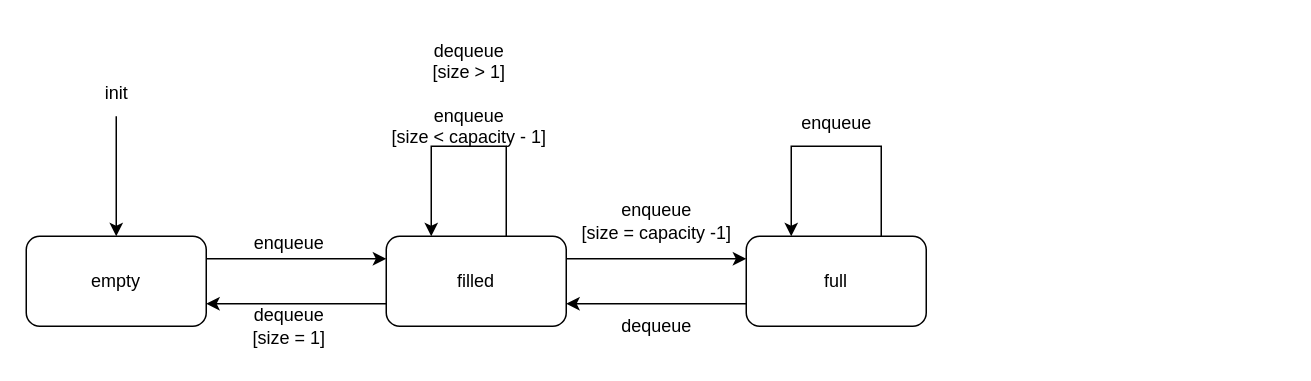
wilhetuwien/Software-Testing-188.280- keeps this draw.io diagram as Exercise01/03-StateTransitionTesting/doc/StateDiagramRingBuffer.drawio. Above is the earlier version. Source tidied: cells renumbered, new cells numbered last; positions are measured from the earlier drawing's top-left corner, leaving out a move shared by most shapes. Both pictures are drawn from the tidied source at 150%, with x=0, y=0 at pixel (26, 26).
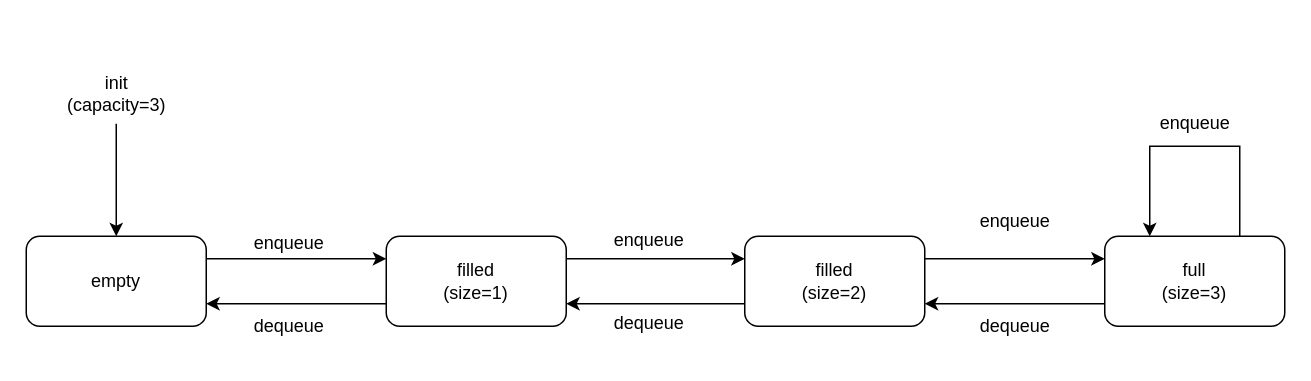
Above is the later version.

Change to the diagram source:
```diff
@@
-    <mxCell id="5" style="edgeStyle=orthogonalEdgeStyle;rounded=0;orthogonalLoop=1;jettySize=auto;html=1;entryX=0.25;entryY=0;entryDx=0;entryDy=0;" parent="1" edge="1" source="7" target="7">
-      <mxGeometry relative="1" as="geometry">
-        <Array as="points">
-          <mxPoint x="320" y="80" />
-          <mxPoint x="270" y="80" />
-        </Array>
-      </mxGeometry>
-    </mxCell>
-    <mxCell id="6" style="edgeStyle=orthogonalEdgeStyle;rounded=0;jettySize=auto;html=1;entryX=0;entryY=0.25;entryDx=0;entryDy=0;" parent="1" edge="1" source="7" target="10">
+    <mxCell id="6" style="edgeStyle=orthogonalEdgeStyle;rounded=0;jettySize=auto;html=1;entryX=0;entryY=0.25;entryDx=0;entryDy=0;" parent="1" edge="1" target="10">
       <mxGeometry relative="1" as="geometry">
+        <mxPoint x="599" y="155" as="sourcePoint" />
         <Array as="points">
-          <mxPoint x="400" y="155" />
-          <mxPoint x="400" y="155" />
+          <mxPoint x="639" y="155" />
+          <mxPoint x="639" y="155" />
         </Array>
       </mxGeometry>
     </mxCell>
+    <mxCell id="19" style="edgeStyle=orthogonalEdgeStyle;rounded=0;jettySize=auto;html=1;entryX=0;entryY=0.25;entryDx=0;entryDy=0;" parent="1" edge="1" source="7" target="21">
+      <mxGeometry relative="1" as="geometry">
+        <Array as="points">
+          <mxPoint x="400" y="155" />
+          <mxPoint x="400" y="155" />
+        </Array>
+      </mxGeometry>
+    </mxCell>
-    <mxCell id="7" value="filled" style="rounded=1;whiteSpace=wrap;html=1;" parent="1" vertex="1">
+    <mxCell id="7" value="&lt;div&gt;filled&lt;/div&gt;(size=1)" style="rounded=1;whiteSpace=wrap;html=1;" parent="1" vertex="1">
       <mxGeometry x="240" y="140" width="120" height="60" as="geometry" />
     </mxCell>
-    <mxCell id="8" style="edgeStyle=orthogonalEdgeStyle;rounded=0;jettySize=auto;html=1;entryX=1;entryY=0.75;entryDx=0;entryDy=0;" parent="1" edge="1" source="10" target="7">
+    <mxCell id="8" style="edgeStyle=orthogonalEdgeStyle;rounded=0;jettySize=auto;html=1;entryX=1;entryY=0.75;entryDx=0;entryDy=0;" parent="1" edge="1" source="10">
       <mxGeometry relative="1" as="geometry">
+        <mxPoint x="599" y="185" as="targetPoint" />
         <Array as="points">
-          <mxPoint x="460" y="185" />
-          <mxPoint x="460" y="185" />
+          <mxPoint x="699" y="185" />
+          <mxPoint x="699" y="185" />
         </Array>
       </mxGeometry>
     </mxCell>
     <mxCell id="9" style="edgeStyle=orthogonalEdgeStyle;rounded=0;orthogonalLoop=1;jettySize=auto;html=1;exitX=0.75;exitY=1;exitDx=0;exitDy=0;entryX=0.25;entryY=0;entryDx=0;entryDy=0;" parent="1" edge="1" source="10" target="10">
       <mxGeometry relative="1" as="geometry">
         <Array as="points">
-          <mxPoint x="570" y="80" />
-          <mxPoint x="510" y="80" />
+          <mxPoint x="809" y="80" />
+          <mxPoint x="749" y="80" />
         </Array>
       </mxGeometry>
     </mxCell>
-    <mxCell id="10" value="full" style="rounded=1;whiteSpace=wrap;html=1;" parent="1" vertex="1">
-      <mxGeometry x="480" y="140" width="120" height="60" as="geometry" />
+    <mxCell id="10" value="&lt;div&gt;full&lt;/div&gt;(size=3)" style="rounded=1;whiteSpace=wrap;html=1;" parent="1" vertex="1">
+      <mxGeometry x="719" y="140" width="120" height="60" as="geometry" />
     </mxCell>
@@
-    <mxCell id="12" value="init" style="text;html=1;align=center;verticalAlign=middle;points=[];strokeColor=none;fillColor=none;" parent="1" vertex="1">
-      <mxGeometry x="40" y="30" width="40" height="30" as="geometry" />
+    <mxCell id="12" value="&lt;div&gt;init&lt;/div&gt;(capacity=3)" style="text;html=1;align=center;verticalAlign=middle;points=[];strokeColor=none;fillColor=none;" parent="1" vertex="1">
+      <mxGeometry x="15" y="25" width="90" height="40" as="geometry" />
     </mxCell>
@@
-    <mxCell id="14" value="&lt;div&gt;dequeue&lt;/div&gt;[size = 1]" style="text;html=1;align=center;verticalAlign=middle;strokeColor=none;fillColor=none;" parent="1" vertex="1">
-      <mxGeometry x="140" y="180" width="70" height="40" as="geometry" />
+    <mxCell id="14" value="&lt;div&gt;dequeue&lt;/div&gt;" style="text;html=1;align=center;verticalAlign=middle;strokeColor=none;fillColor=none;" parent="1" vertex="1">
+      <mxGeometry x="140" y="185" width="70" height="30" as="geometry" />
     </mxCell>
-    <mxCell id="15" value="&lt;div&gt;dequeue&lt;/div&gt;&lt;div&gt;[size &amp;gt; 1]&lt;br&gt;&lt;/div&gt;&lt;div&gt;&lt;br&gt;&lt;/div&gt;&lt;div&gt;enqueue&lt;/div&gt;&lt;div&gt;[size &amp;lt; capacity - 1]&lt;br&gt;&lt;/div&gt;" style="text;html=1;align=center;verticalAlign=middle;strokeColor=none;fillColor=none;" parent="1" vertex="1">
-      <mxGeometry x="230" width="130" height="90" as="geometry" />
-    </mxCell>
-    <mxCell id="16" value="&lt;div&gt;enqueue&lt;/div&gt;&lt;div&gt;[size = capacity -1]&lt;br&gt;&lt;/div&gt;" style="text;html=1;align=center;verticalAlign=middle;strokeColor=none;fillColor=none;" parent="1" vertex="1">
-      <mxGeometry x="360" y="110" width="120" height="40" as="geometry" />
+    <mxCell id="16" value="&lt;div&gt;enqueue&lt;/div&gt;" style="text;html=1;align=center;verticalAlign=middle;strokeColor=none;fillColor=none;" parent="1" vertex="1">
+      <mxGeometry x="624" y="115" width="70" height="30" as="geometry" />
     </mxCell>
     <mxCell id="17" value="dequeue" style="text;html=1;align=center;verticalAlign=middle;strokeColor=none;fillColor=none;" parent="1" vertex="1">
-      <mxGeometry x="385" y="185" width="70" height="30" as="geometry" />
+      <mxGeometry x="624" y="185" width="70" height="30" as="geometry" />
     </mxCell>
     <mxCell id="18" value="enqueue" style="text;html=1;align=center;verticalAlign=middle;strokeColor=none;fillColor=none;" parent="1" vertex="1">
-      <mxGeometry x="505" y="50" width="70" height="30" as="geometry" />
+      <mxGeometry x="744" y="50" width="70" height="30" as="geometry" />
     </mxCell>
+    <mxCell id="20" style="edgeStyle=orthogonalEdgeStyle;rounded=0;jettySize=auto;html=1;entryX=1;entryY=0.75;entryDx=0;entryDy=0;" parent="1" edge="1" source="21" target="7">
+      <mxGeometry relative="1" as="geometry">
+        <Array as="points">
+          <mxPoint x="440" y="185" />
+          <mxPoint x="440" y="185" />
+        </Array>
+      </mxGeometry>
+    </mxCell>
+    <mxCell id="21" value="&lt;div&gt;filled&lt;/div&gt;(size=2)" style="rounded=1;whiteSpace=wrap;html=1;" parent="1" vertex="1">
+      <mxGeometry x="479" y="140" width="120" height="60" as="geometry" />
+    </mxCell>
+    <mxCell id="22" value="enqueue" style="text;html=1;align=center;verticalAlign=middle;strokeColor=none;fillColor=none;" parent="1" vertex="1">
+      <mxGeometry x="380" y="127.5" width="70" height="30" as="geometry" />
+    </mxCell>
+    <mxCell id="23" value="&lt;div&gt;dequeue&lt;/div&gt;" style="text;html=1;align=center;verticalAlign=middle;strokeColor=none;fillColor=none;" parent="1" vertex="1">
+      <mxGeometry x="380" y="182.5" width="70" height="30" as="geometry" />
+    </mxCell>
```
